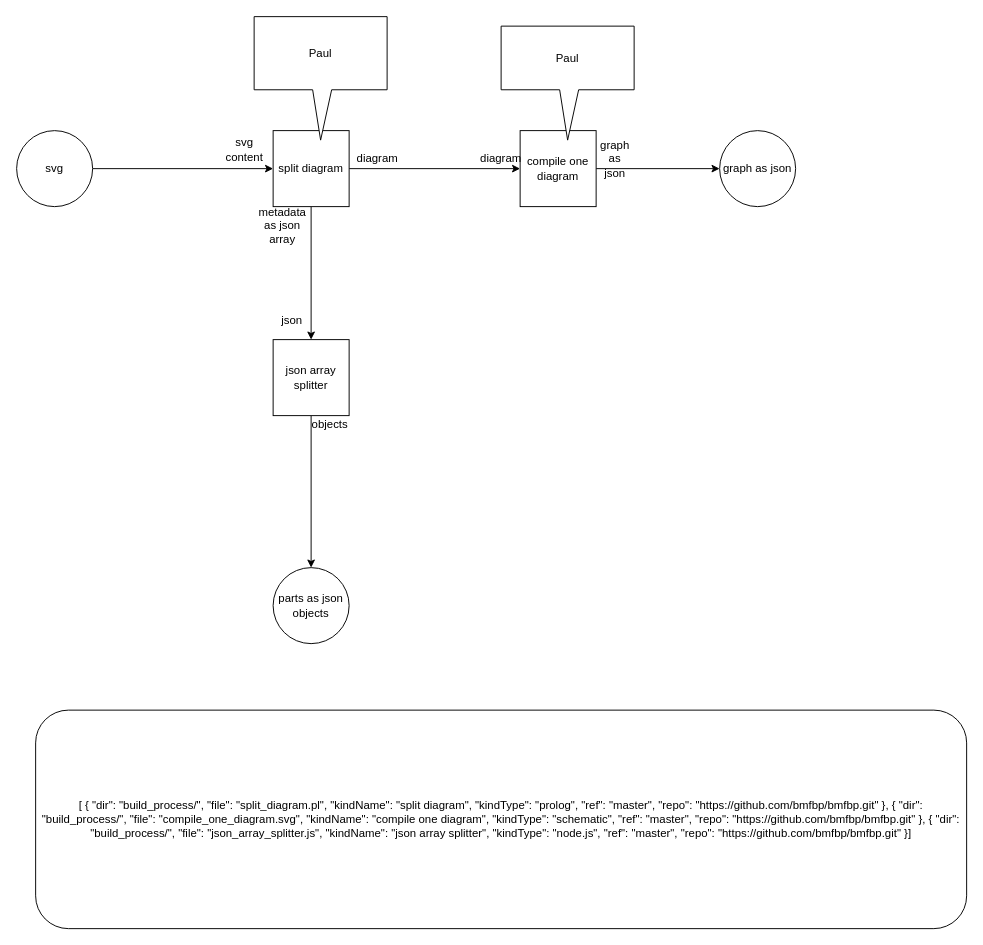
This is page "compile_composite.svg" (3 of 3) of build_process/build_process.drawio from bmfbp/bmfbp, a draw.io file, before an edit. Source tidied: cells renumbered, new cells numbered last; positions are measured from the earlier drawing's top-left corner, leaving out a move shared by most shapes. Both pictures are drawn from the tidied source at 95%, with x=0, y=0 at pixel (16, 16).
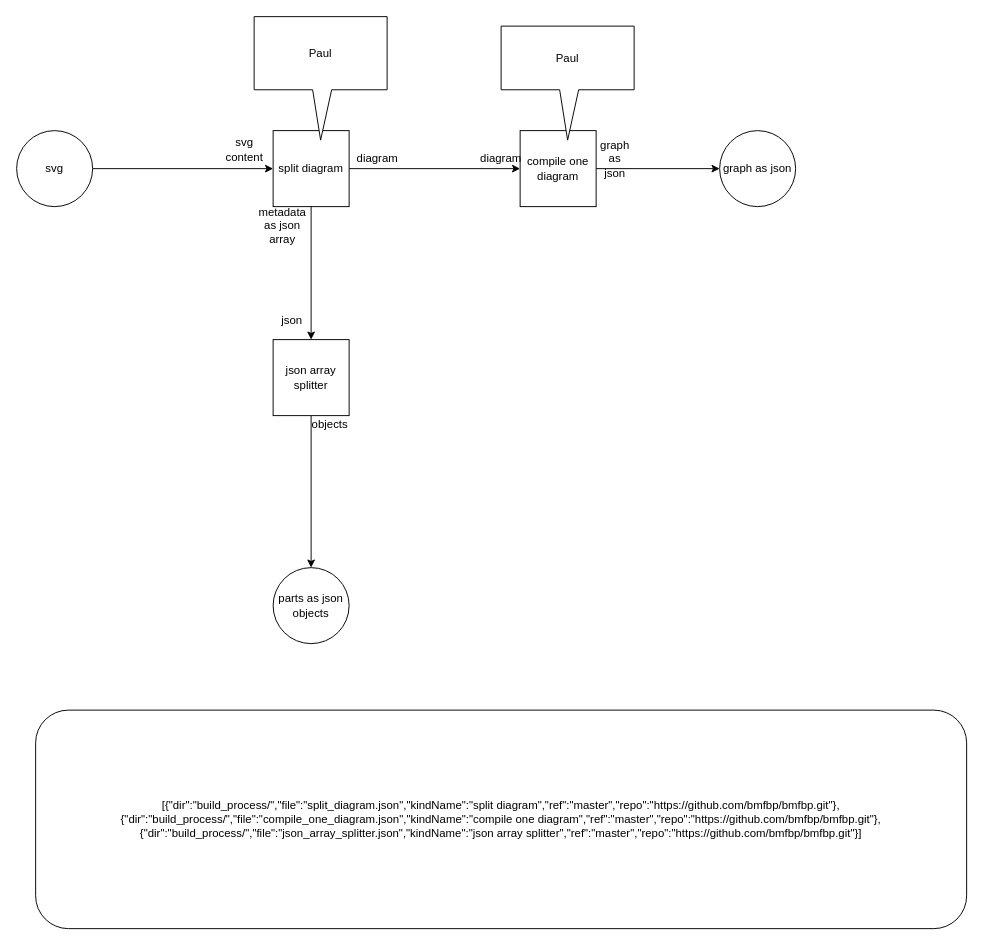
Above is the later version.

What changed in the source:
```diff
@@
-    <mxCell id="22" value="&lt;span&gt;[ { &quot;dir&quot;: &quot;build_process/&quot;, &quot;file&quot;: &quot;split_diagram.pl&quot;, &quot;kindName&quot;: &quot;split diagram&quot;, &quot;kindType&quot;: &quot;prolog&quot;, &quot;ref&quot;: &quot;master&quot;, &quot;repo&quot;: &quot;https://github.com/bmfbp/bmfbp.git&quot; }, { &quot;dir&quot;: &quot;build_process/&quot;, &quot;file&quot;: &quot;compile_one_diagram.svg&quot;, &quot;kindName&quot;: &quot;compile one diagram&quot;, &quot;kindType&quot;: &quot;schematic&quot;, &quot;ref&quot;: &quot;master&quot;, &quot;repo&quot;: &quot;https://github.com/bmfbp/bmfbp.git&quot; }, { &quot;dir&quot;: &quot;build_process/&quot;, &quot;file&quot;: &quot;json_array_splitter.js&quot;, &quot;kindName&quot;: &quot;json array splitter&quot;, &quot;kindType&quot;: &quot;node.js&quot;, &quot;ref&quot;: &quot;master&quot;, &quot;repo&quot;: &quot;https://github.com/bmfbp/bmfbp.git&quot; }]&lt;/span&gt;" style="rounded=1;whiteSpace=wrap;html=1;" parent="1" vertex="1">
+    <mxCell id="22" value="&lt;span&gt;[{&quot;dir&quot;:&quot;build_process/&quot;,&quot;file&quot;:&quot;split_diagram.json&quot;,&quot;kindName&quot;:&quot;split diagram&quot;,&quot;ref&quot;:&quot;master&quot;,&quot;repo&quot;:&quot;https://github.com/bmfbp/bmfbp.git&quot;},{&quot;dir&quot;:&quot;build_process/&quot;,&quot;file&quot;:&quot;compile_one_diagram.json&quot;,&quot;kindName&quot;:&quot;compile one diagram&quot;,&quot;ref&quot;:&quot;master&quot;,&quot;repo&quot;:&quot;https://github.com/bmfbp/bmfbp.git&quot;},{&quot;dir&quot;:&quot;build_process/&quot;,&quot;file&quot;:&quot;json_array_splitter.json&quot;,&quot;kindName&quot;:&quot;json array splitter&quot;,&quot;ref&quot;:&quot;master&quot;,&quot;repo&quot;:&quot;https://github.com/bmfbp/bmfbp.git&quot;}]&lt;/span&gt;" style="rounded=1;whiteSpace=wrap;html=1;" parent="1" vertex="1">
       <mxGeometry x="20" y="730" width="980" height="230" as="geometry" />
     </mxCell>
```
